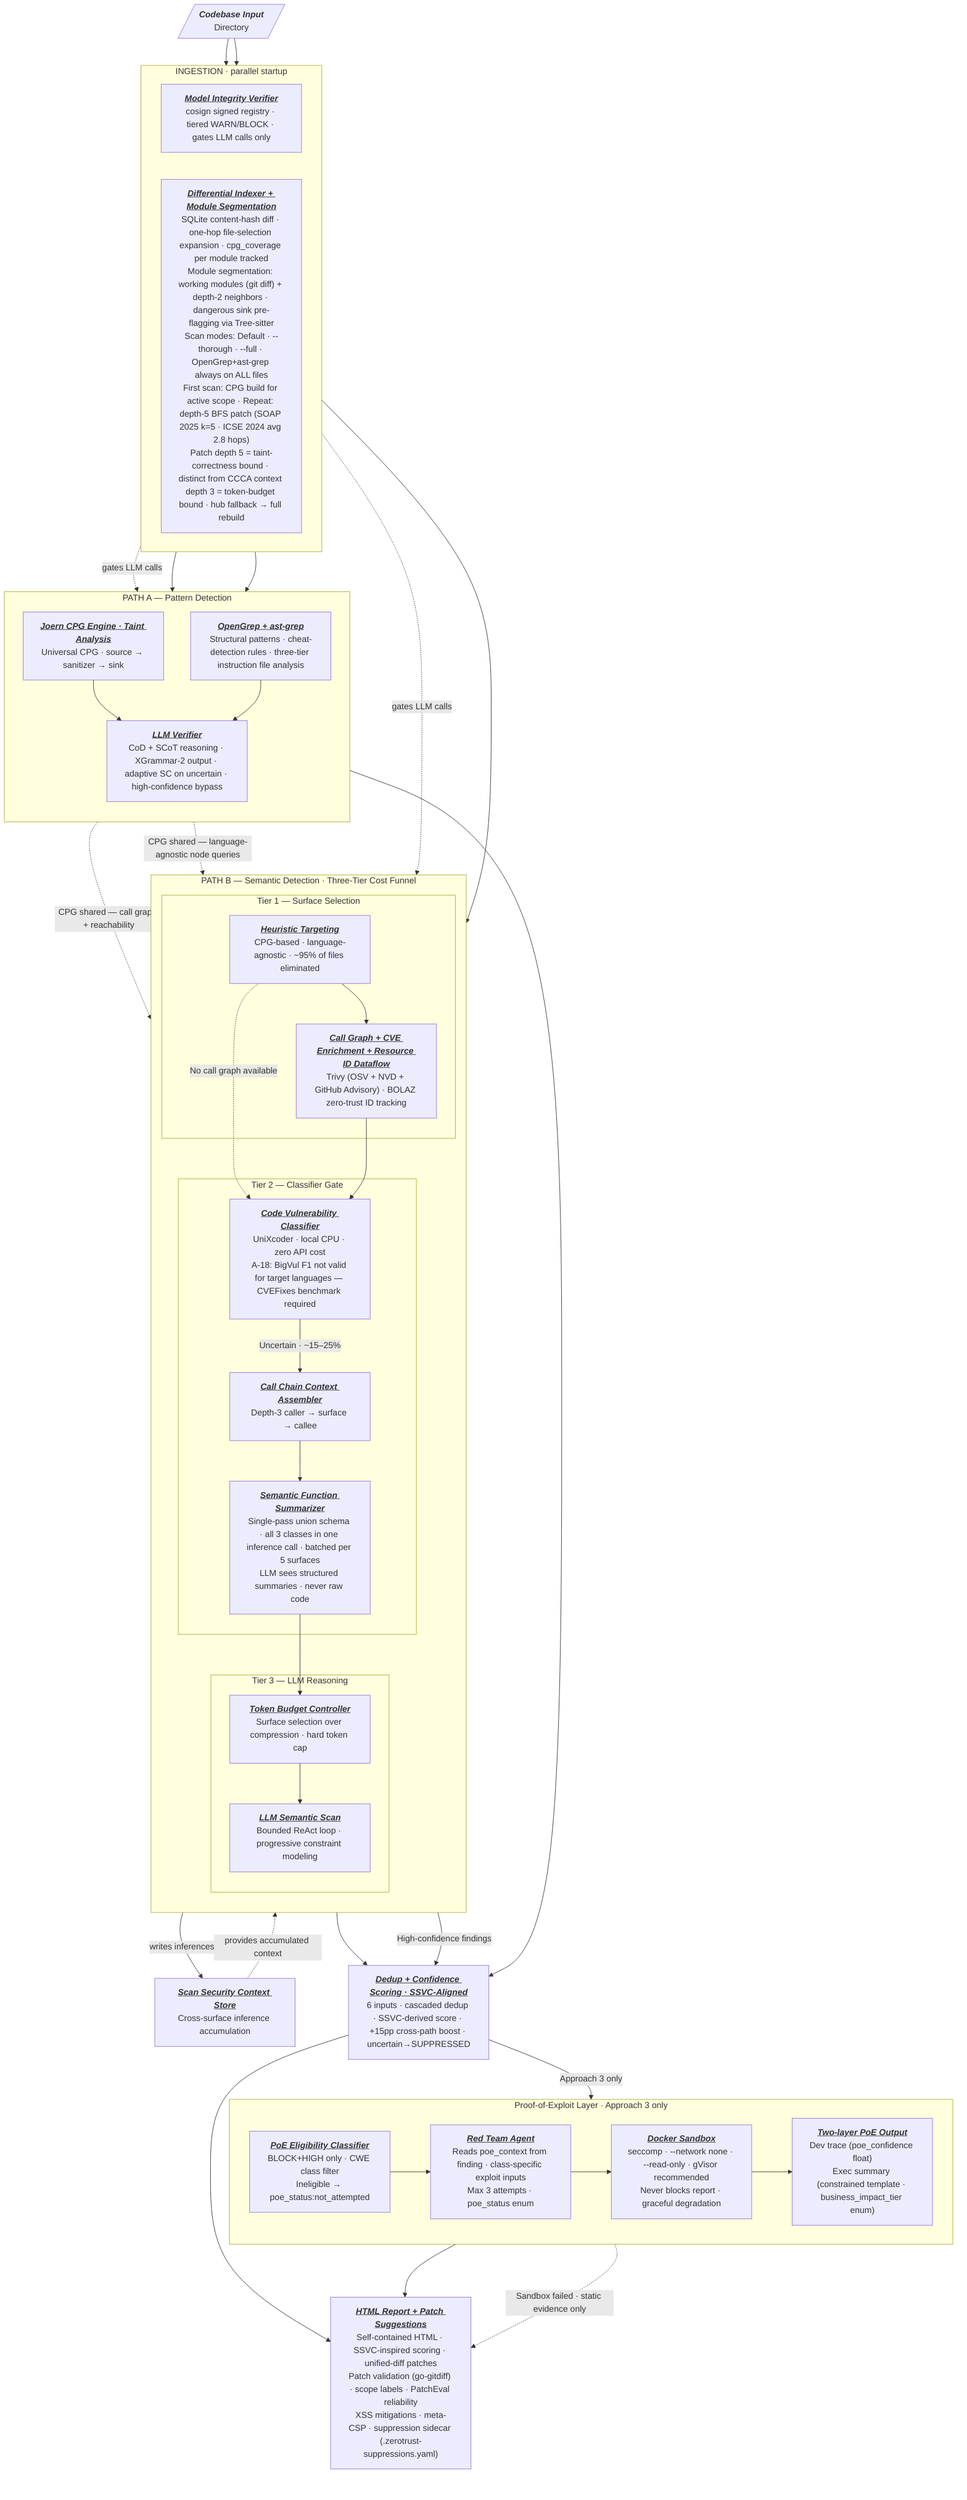
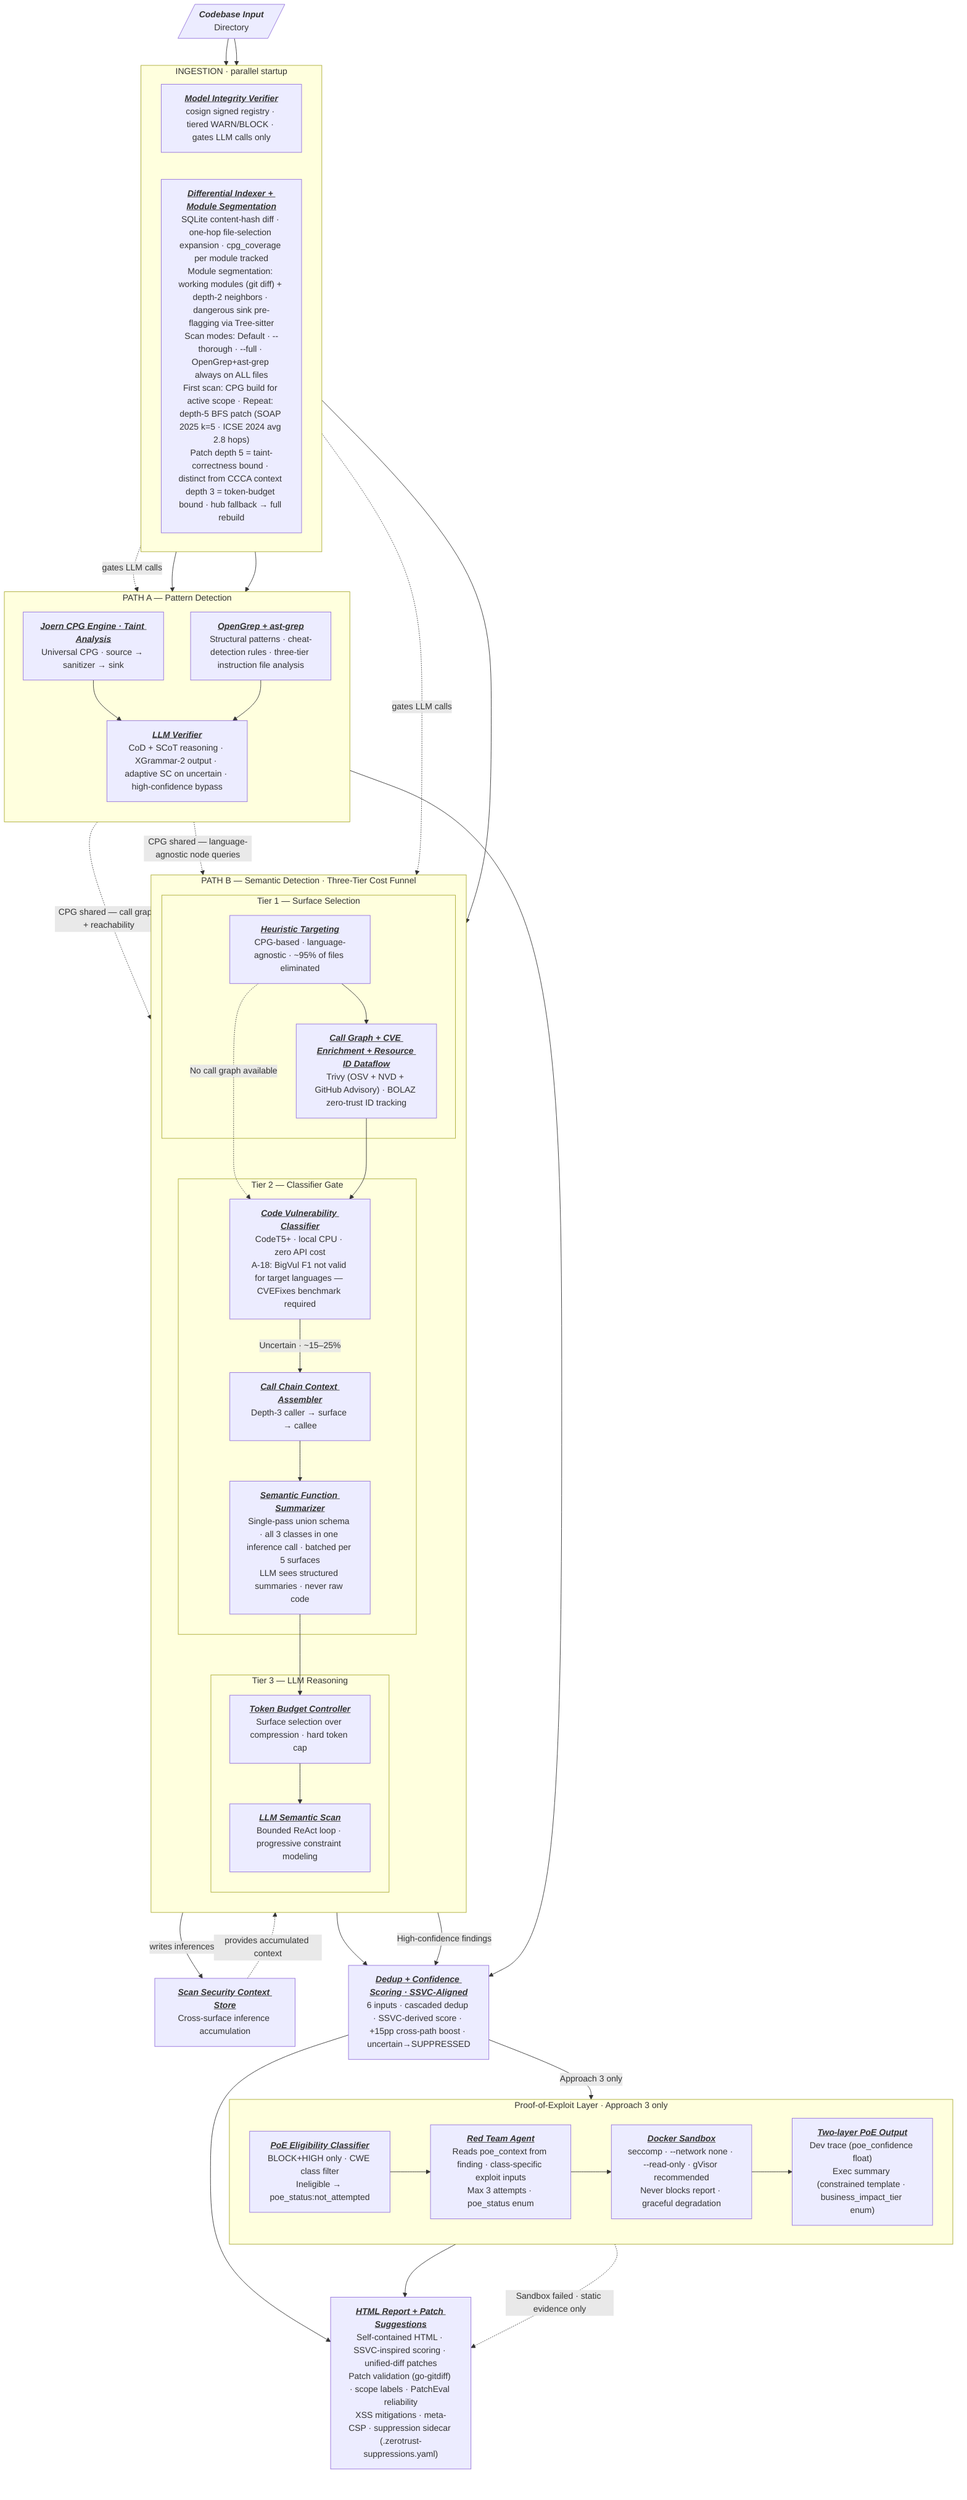
graph TD
    Input[/"<b><i>Codebase Input</i></b>\nDirectory"/]

    subgraph INGEST["INGESTION · parallel startup"]
        direction LR
        MIV["<b><i><u>Model Integrity Verifier</u></i></b>\ncosign signed registry · tiered WARN/BLOCK · gates LLM calls only"]
        DI["<b><i><u>Differential Indexer + Module Segmentation</u></i></b>\nSQLite content-hash diff · one-hop file-selection expansion · cpg_coverage per module tracked\nModule segmentation: working modules (git diff) + depth-2 neighbors · dangerous sink pre-flagging via Tree-sitter\nScan modes: Default · --thorough · --full · OpenGrep+ast-grep always on ALL files\nFirst scan: CPG build for active scope · Repeat: depth-5 BFS patch (SOAP 2025 k=5 · ICSE 2024 avg 2.8 hops)\nPatch depth 5 = taint-correctness bound · distinct from CCCA context depth 3 = token-budget bound · hub fallback → full rebuild"]
    end

    subgraph PA["PATH A — Pattern Detection"]
        direction TB
        PA_SG["<b><i><u>OpenGrep + ast-grep</u></i></b>\nStructural patterns · cheat-detection rules · three-tier instruction file analysis"]
        PA_CQ["<b><i><u>Joern CPG Engine · Taint Analysis</u></i></b>\nUniversal CPG · source → sanitizer → sink"]
        PA_LV["<b><i><u>LLM Verifier</u></i></b>\nCoD + SCoT reasoning · XGrammar-2 output · adaptive SC on uncertain · high-confidence bypass"]
        PA_CQ --> PA_LV
    end

    subgraph PB["PATH B — Semantic Detection · Three-Tier Cost Funnel"]
        direction TB

        subgraph T1["Tier 1 — Surface Selection"]
            PB_HT["<b><i><u>Heuristic Targeting</u></i></b>\nCPG-based · language-agnostic · ~95% of files eliminated"]
            PB_CG["<b><i><u>Call Graph + CVE Enrichment + Resource ID Dataflow</u></i></b>\nTrivy (OSV + NVD + GitHub Advisory) · BOLAZ zero-trust ID tracking"]
        end

        subgraph T2["Tier 2 — Classifier Gate"]
-             PB_CC["<b><i><u>Code Vulnerability Classifier</u></i></b>\nUniXcoder · local CPU · zero API cost\nA-18: BigVul F1 not valid for target languages — CVEFixes benchmark required"]
+             PB_CC["<b><i><u>Code Vulnerability Classifier</u></i></b>\nCodeT5+ · local CPU · zero API cost\nA-18: BigVul F1 not valid for target languages — CVEFixes benchmark required"]
            PB_CCCA["<b><i><u>Call Chain Context Assembler</u></i></b>\nDepth-3 caller → surface → callee"]
            PB_SFS["<b><i><u>Semantic Function Summarizer</u></i></b>\nSingle-pass union schema · all 3 classes in one inference call · batched per 5 surfaces\nLLM sees structured summaries · never raw code"]
        end

        subgraph T3["Tier 3 — LLM Reasoning"]
            PB_TB["<b><i><u>Token Budget Controller</u></i></b>\nSurface selection over compression · hard token cap"]
            PB_LS["<b><i><u>LLM Semantic Scan</u></i></b>\nBounded ReAct loop · progressive constraint modeling"]
        end

        PB_CC -->|"Uncertain · ~15–25%"| PB_CCCA
        PB_CCCA --> PB_SFS
        PB_SFS --> PB_TB
        PB_TB --> PB_LS
        PB_HT -.->|"No call graph available"| PB_CC
        PB_HT --> PB_CG
        PB_CG --> PB_CC
    end

    Input --> MIV
    Input --> DI
    MIV -.->|"gates LLM calls"| PA_LV
    MIV -.->|"gates LLM calls"| PB_LS
    DI --> PA_SG
    DI --> PA_CQ
    DI --> PB_HT

    PA_CQ -.->|"CPG shared — call graph + reachability"| PB_CG
    PA_CQ -.->|"CPG shared — language-agnostic node queries"| PB_HT

    SCS["<b><i><u>Scan Security Context Store</u></i></b>\nCross-surface inference accumulation"]
    PB_LS -->|"writes inferences"| SCS
    SCS -.->|"provides accumulated context"| PB_LS

    PA_SG --> PA_LV
    PB_LS --> Dedup
    PB_CC -->|"High-confidence findings"| Dedup
    PA_LV --> Dedup

    Dedup["<b><i><u>Dedup + Confidence Scoring · SSVC-Aligned</u></i></b>\n6 inputs · cascaded dedup · SSVC-derived score · +15pp cross-path boost · uncertain→SUPPRESSED"]

    subgraph PoE["Proof-of-Exploit Layer · Approach 3 only"]
        direction LR
        PoE_EC["<b><i><u>PoE Eligibility Classifier</u></i></b>\nBLOCK+HIGH only · CWE class filter\nIneligible → poe_status:not_attempted"]
        RTA["<b><i><u>Red Team Agent</u></i></b>\nReads poe_context from finding · class-specific exploit inputs\nMax 3 attempts · poe_status enum"]
        DS["<b><i><u>Docker Sandbox</u></i></b>\nseccomp · --network none · --read-only · gVisor recommended\nNever blocks report · graceful degradation"]
        PoEDoc["<b><i><u>Two-layer PoE Output</u></i></b>\nDev trace (poe_confidence float)\nExec summary (constrained template · business_impact_tier enum)"]
        PoE_EC --> RTA --> DS --> PoEDoc
    end

    Dedup -->|"Approach 3 only"| PoE_EC
    Dedup --> FinalReport
    PoEDoc --> FinalReport
    DS -.->|"Sandbox failed · static evidence only"| FinalReport

    FinalReport["<b><i><u>HTML Report + Patch Suggestions</u></i></b>\nSelf-contained HTML · SSVC-inspired scoring · unified-diff patches\nPatch validation (go-gitdiff) · scope labels · PatchEval reliability\nXSS mitigations · meta-CSP · suppression sidecar (.zerotrust-suppressions.yaml)"]
